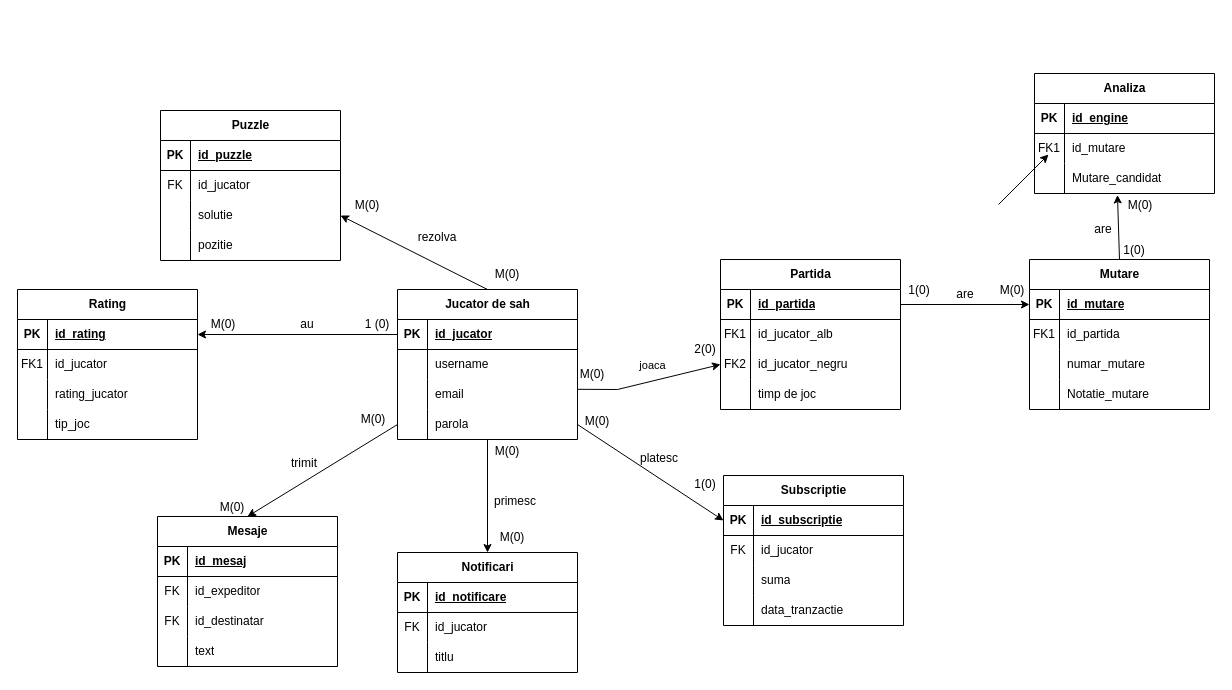
This is Anul1/Semestrul 2/BD/proiect/copie_diagrama.drawio from CiprianVlad/facultate, a draw.io file, before an edit. Source tidied: cells renumbered, new cells numbered last; positions are measured from the earlier drawing's top-left corner, leaving out a move shared by most shapes. Both pictures are drawn from the tidied source at 100%, with x=0, y=0 at pixel (17, 73).
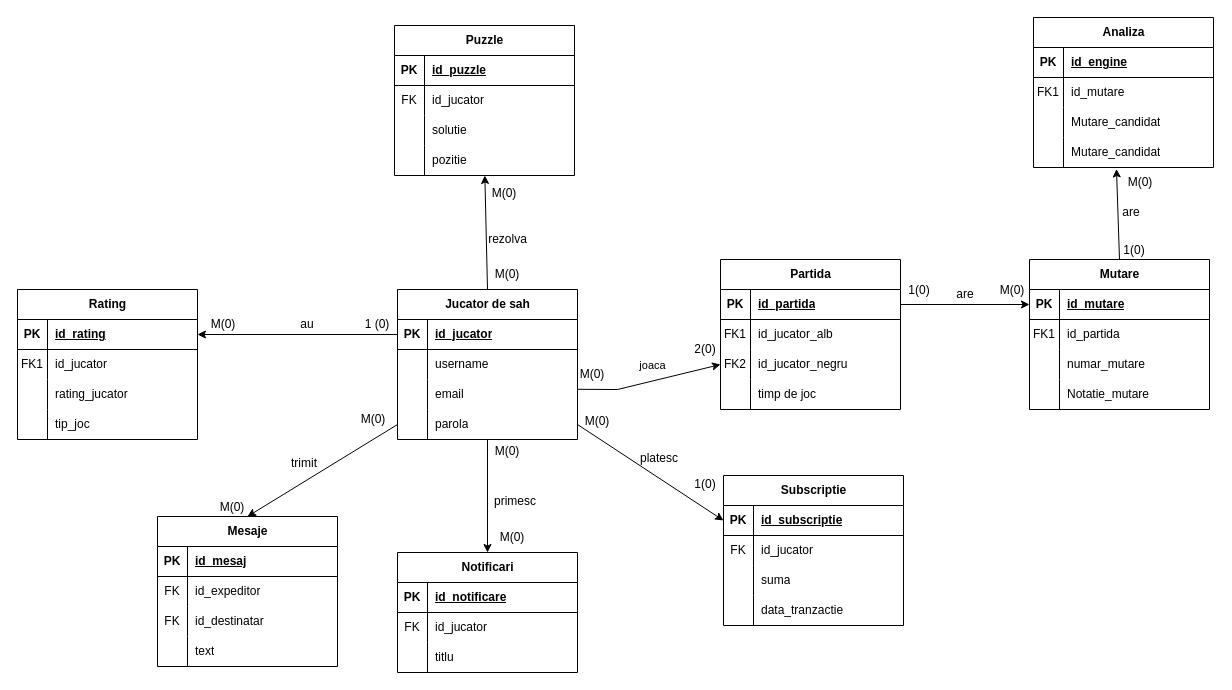
The same page after the edit.

Unchanged cells that the change refers to:
```xml
<mxCell id="2" value="Jucator de sah" style="shape=table;startSize=30;childLayout=tableLayout;rowLines=0;fontStyle=1;align=center;html=1;" parent="1" vertex="1">
  <mxGeometry x="380" y="216" width="180" height="150" as="geometry" />
</mxCell>
<mxCell id="71" style="shape=tableRow;horizontal=0;startSize=0;swimlaneHead=0;swimlaneBody=0;fillColor=none;points=[[0,0.5],[1,0.5]];portConstraint=eastwest;top=0;left=0;right=0;bottom=0;" parent="64" vertex="1">
  <mxGeometry y="90" width="180" height="30" as="geometry" />
</mxCell>
<mxCell id="74" style="shape=tableRow;horizontal=0;startSize=0;swimlaneHead=0;swimlaneBody=0;fillColor=none;points=[[0,0.5],[1,0.5]];portConstraint=eastwest;top=0;left=0;right=0;bottom=0;" parent="64" vertex="1">
  <mxGeometry y="120" width="180" height="30" as="geometry" />
</mxCell>
```

The edit, as a diff of the source:
```diff
@@
     <mxCell id="28" value="Analiza" style="shape=table;startSize=30;childLayout=tableLayout;rowLines=0;fontStyle=1;align=center;html=1;" parent="1" vertex="1">
-      <mxGeometry x="1017" width="180" height="120" as="geometry" />
+      <mxGeometry x="1016" y="-56" width="180" height="150" as="geometry" />
     </mxCell>
@@
+    <mxCell id="146" style="shape=tableRow;horizontal=0;startSize=0;swimlaneHead=0;swimlaneBody=0;fillColor=none;top=0;left=0;right=0;bottom=0;" parent="28" vertex="1">
+      <mxGeometry y="90" width="180" height="30" as="geometry" />
+    </mxCell>
+    <mxCell id="147" style="shape=partialRectangle;fillColor=none;top=0;left=0;bottom=0;right=0;overflow=hidden;whiteSpace=wrap;html=1;" parent="146" vertex="1">
+      <mxGeometry width="30" height="30" as="geometry" />
+    </mxCell>
+    <mxCell id="148" value="Mutare_candidat" style="shape=partialRectangle;fillColor=none;top=0;left=0;bottom=0;right=0;align=left;spacingLeft=6;overflow=hidden;whiteSpace=wrap;html=1;" parent="146" vertex="1">
+      <mxGeometry x="30" width="150" height="30" as="geometry" />
+    </mxCell>
     <mxCell id="35" style="shape=tableRow;horizontal=0;startSize=0;swimlaneHead=0;swimlaneBody=0;fillColor=none;points=[[0,0.5],[1,0.5]];portConstraint=eastwest;top=0;left=0;right=0;bottom=0;" parent="28" vertex="1">
-      <mxGeometry y="90" width="180" height="30" as="geometry" />
+      <mxGeometry y="120" width="180" height="30" as="geometry" />
     </mxCell>
@@
     <mxCell id="64" value="Puzzle" style="shape=table;startSize=30;childLayout=tableLayout;rowLines=0;fontStyle=1;align=center;html=1;" parent="1" vertex="1">
-      <mxGeometry x="143" y="37" width="180" height="150" as="geometry" />
+      <mxGeometry x="377" y="-48" width="180" height="150" as="geometry" />
     </mxCell>
@@
-    <mxCell id="82" style="endArrow=classic;html=1;rounded=0;entryX=1;entryY=0.5;entryDx=0;entryDy=0;exitX=0.5;exitY=0;exitDx=0;exitDy=0;" parent="1" edge="1" source="2" target="71">
+    <mxCell id="82" style="endArrow=classic;html=1;rounded=0;exitX=0.5;exitY=0;exitDx=0;exitDy=0;" parent="1" edge="1" source="2" target="74">
       <mxGeometry relative="1" as="geometry" />
     </mxCell>
@@
     <mxCell id="87" value="M(0)" style="text;html=1;align=center;verticalAlign=middle;whiteSpace=wrap;rounded=0;" parent="1" vertex="1">
-      <mxGeometry x="320" y="117" width="60" height="30" as="geometry" />
+      <mxGeometry x="457" y="105" width="60" height="30" as="geometry" />
     </mxCell>
@@
     <mxCell id="90" value="&lt;div&gt;rezolva&lt;/div&gt;" style="text;html=1;align=center;verticalAlign=middle;whiteSpace=wrap;rounded=0;" parent="1" vertex="1">
-      <mxGeometry x="390" y="149" width="60" height="30" as="geometry" />
+      <mxGeometry x="475.5" y="151" width="29" height="29" as="geometry" />
     </mxCell>
@@
-    <mxCell id="93" style="endArrow=classic;html=1;rounded=0;entryX=0;entryY=0.5;entryDx=0;entryDy=0;" parent="1" edge="1">
-      <mxGeometry relative="1" as="geometry">
-        <mxPoint x="981" y="131" as="sourcePoint" />
-        <mxPoint x="1031" y="81" as="targetPoint" />
-      </mxGeometry>
-    </mxCell>
     <mxCell id="94" value="M(0)" style="text;html=1;whiteSpace=wrap;strokeColor=none;fillColor=none;align=center;verticalAlign=middle;rounded=0;" parent="1" vertex="1">
-      <mxGeometry x="1093" y="117" width="60" height="30" as="geometry" />
+      <mxGeometry x="1093" y="94" width="60" height="30" as="geometry" />
     </mxCell>
@@
     <mxCell id="141" value="are" style="text;html=1;whiteSpace=wrap;strokeColor=none;fillColor=none;align=center;verticalAlign=middle;rounded=0;" parent="1" vertex="1">
-      <mxGeometry x="1056" y="141" width="60" height="30" as="geometry" />
+      <mxGeometry x="1084" y="124" width="60" height="30" as="geometry" />
     </mxCell>
```
